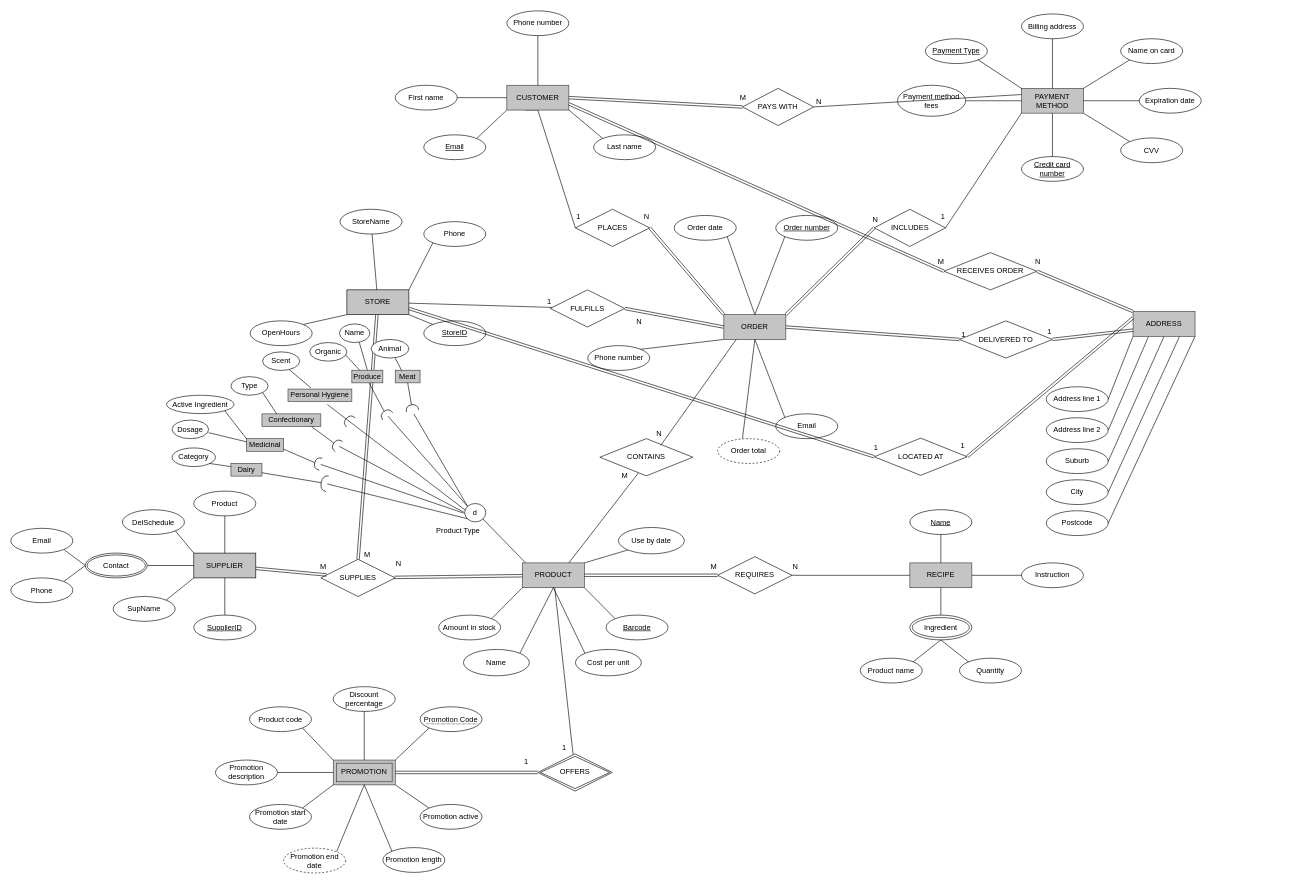
ThibaudARoy/Group5EntityRelationshipDiagram keeps this draw.io diagram as online_food_store copy.drawio. Above is the earlier version. Source tidied: cells renumbered, new cells numbered last; positions are measured from the earlier drawing's top-left corner, leaving out a move shared by most shapes. Both pictures are drawn from the tidied source at 62%, with x=0, y=0 at pixel (11, 11).
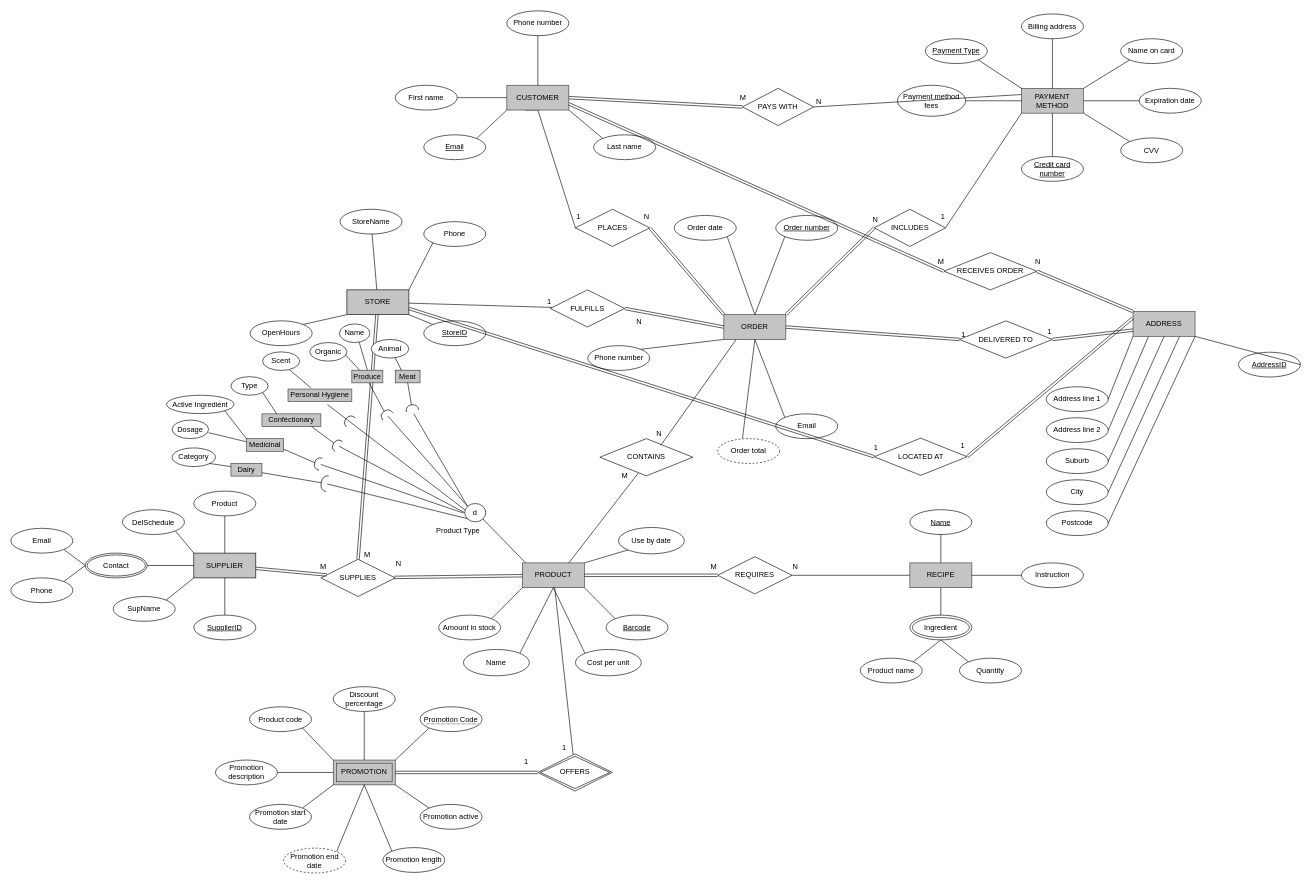
The same diagram, later.

Unchanged cells that the change refers to:
```xml
<mxCell id="188" value="ADDRESS" style="whiteSpace=wrap;html=1;align=center;fillColor=#C4C4C4;strokeColor=#36393d;" parent="1" vertex="1">
  <mxGeometry x="1810" y="485" width="100" height="40" as="geometry" />
</mxCell>
```

Change to the diagram source:
```diff
@@
+    <mxCell id="211" value="AddressID" style="ellipse;whiteSpace=wrap;html=1;align=center;fontStyle=4;" parent="1" vertex="1">
+      <mxGeometry x="1980" y="550.6" width="100" height="40" as="geometry" />
+    </mxCell>
+    <mxCell id="212" style="endArrow=none;html=1;rounded=0;exitX=1;exitY=0.5;exitDx=0;exitDy=0;entryX=1;entryY=1;entryDx=0;entryDy=0;" parent="1" edge="1" source="211" target="188">
+      <mxGeometry relative="1" as="geometry" />
+    </mxCell>
```
